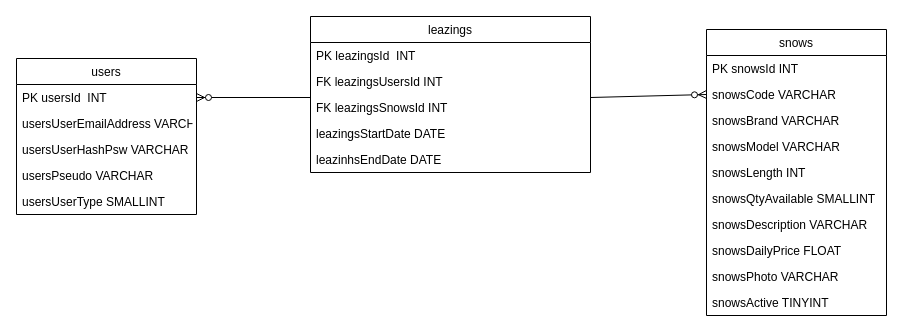
This is page "MLD" (2 of 2) of Documentation/modèlesDB.drawio from KevinAlvesLufky/ProjetWeb_BDD, a draw.io file, before an edit. Source tidied: cells renumbered, new cells numbered last; positions are measured from the earlier drawing's top-left corner, leaving out a move shared by most shapes. Both pictures are drawn from the tidied source at 100%, with x=0, y=0 at pixel (16, 16).
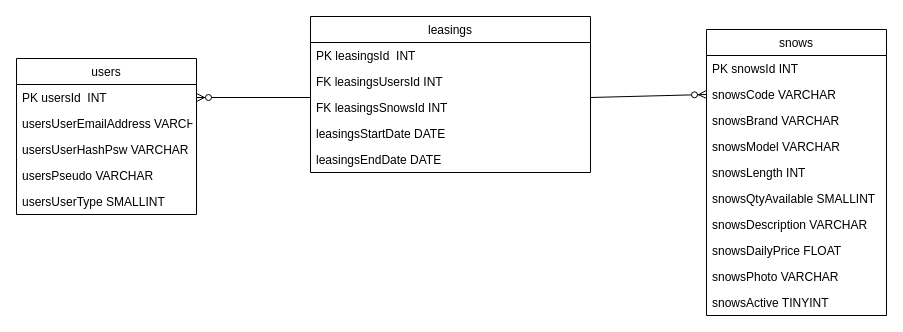
The same diagram, later.

Commit message (it also covers changes not shown here):
Correction MCD + MLD, script createDatabase fonctionnel

Diff of the diagram source:
```diff
@@
-    <mxCell id="19" value="leazings" style="swimlane;fontStyle=0;horizontal=1;startSize=26;fillColor=none;" parent="1" vertex="1">
+    <mxCell id="19" value="leasings" style="swimlane;fontStyle=0;horizontal=1;startSize=26;fillColor=none;" parent="1" vertex="1">
       <mxGeometry x="294" width="280" height="156" as="geometry" />
     </mxCell>
-    <mxCell id="20" value="PK leazingsId  INT" style="text;strokeColor=none;fillColor=none;align=left;verticalAlign=top;spacingLeft=4;spacingRight=4;overflow=hidden;" parent="19" vertex="1">
+    <mxCell id="20" value="PK leasingsId  INT" style="text;strokeColor=none;fillColor=none;align=left;verticalAlign=top;spacingLeft=4;spacingRight=4;overflow=hidden;" parent="19" vertex="1">
       <mxGeometry y="26" width="280" height="26" as="geometry" />
     </mxCell>
-    <mxCell id="21" value="FK leazingsUsersId INT" style="text;strokeColor=none;fillColor=none;align=left;verticalAlign=top;spacingLeft=4;spacingRight=4;overflow=hidden;" parent="19" vertex="1">
+    <mxCell id="21" value="FK leasingsUsersId INT" style="text;strokeColor=none;fillColor=none;align=left;verticalAlign=top;spacingLeft=4;spacingRight=4;overflow=hidden;" parent="19" vertex="1">
       <mxGeometry y="52" width="280" height="26" as="geometry" />
     </mxCell>
-    <mxCell id="22" value="FK leazingsSnowsId INT" style="text;strokeColor=none;fillColor=none;align=left;verticalAlign=top;spacingLeft=4;spacingRight=4;overflow=hidden;" parent="19" vertex="1">
+    <mxCell id="22" value="FK leasingsSnowsId INT" style="text;strokeColor=none;fillColor=none;align=left;verticalAlign=top;spacingLeft=4;spacingRight=4;overflow=hidden;" parent="19" vertex="1">
       <mxGeometry y="78" width="280" height="26" as="geometry" />
     </mxCell>
-    <mxCell id="23" value="leazingsStartDate DATE" style="text;strokeColor=none;fillColor=none;align=left;verticalAlign=top;spacingLeft=4;spacingRight=4;overflow=hidden;" parent="19" vertex="1">
+    <mxCell id="23" value="leasingsStartDate DATE" style="text;strokeColor=none;fillColor=none;align=left;verticalAlign=top;spacingLeft=4;spacingRight=4;overflow=hidden;" parent="19" vertex="1">
       <mxGeometry y="104" width="280" height="26" as="geometry" />
     </mxCell>
-    <mxCell id="24" value="leazinhsEndDate DATE" style="text;strokeColor=none;fillColor=none;align=left;verticalAlign=top;spacingLeft=4;spacingRight=4;overflow=hidden;" parent="19" vertex="1">
+    <mxCell id="24" value="leasingsEndDate DATE" style="text;strokeColor=none;fillColor=none;align=left;verticalAlign=top;spacingLeft=4;spacingRight=4;overflow=hidden;" parent="19" vertex="1">
       <mxGeometry y="130" width="280" height="26" as="geometry" />
     </mxCell>
```
